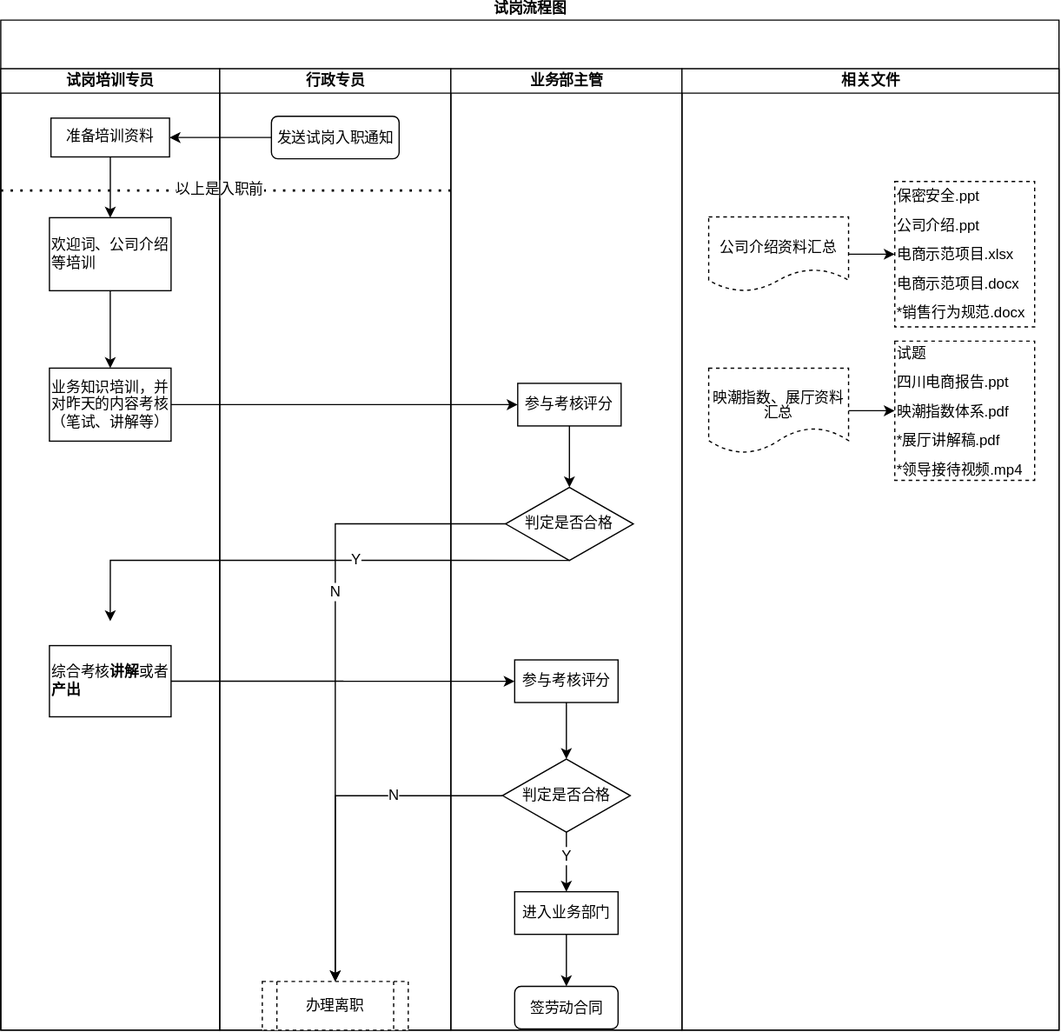
This is 试岗流程图.svg from imgwho/practice, a draw.io export, as it was before one commit. Source tidied: cells renumbered, new cells last; positions are measured from the earlier drawing's top-left corner, leaving out a move shared by most shapes.
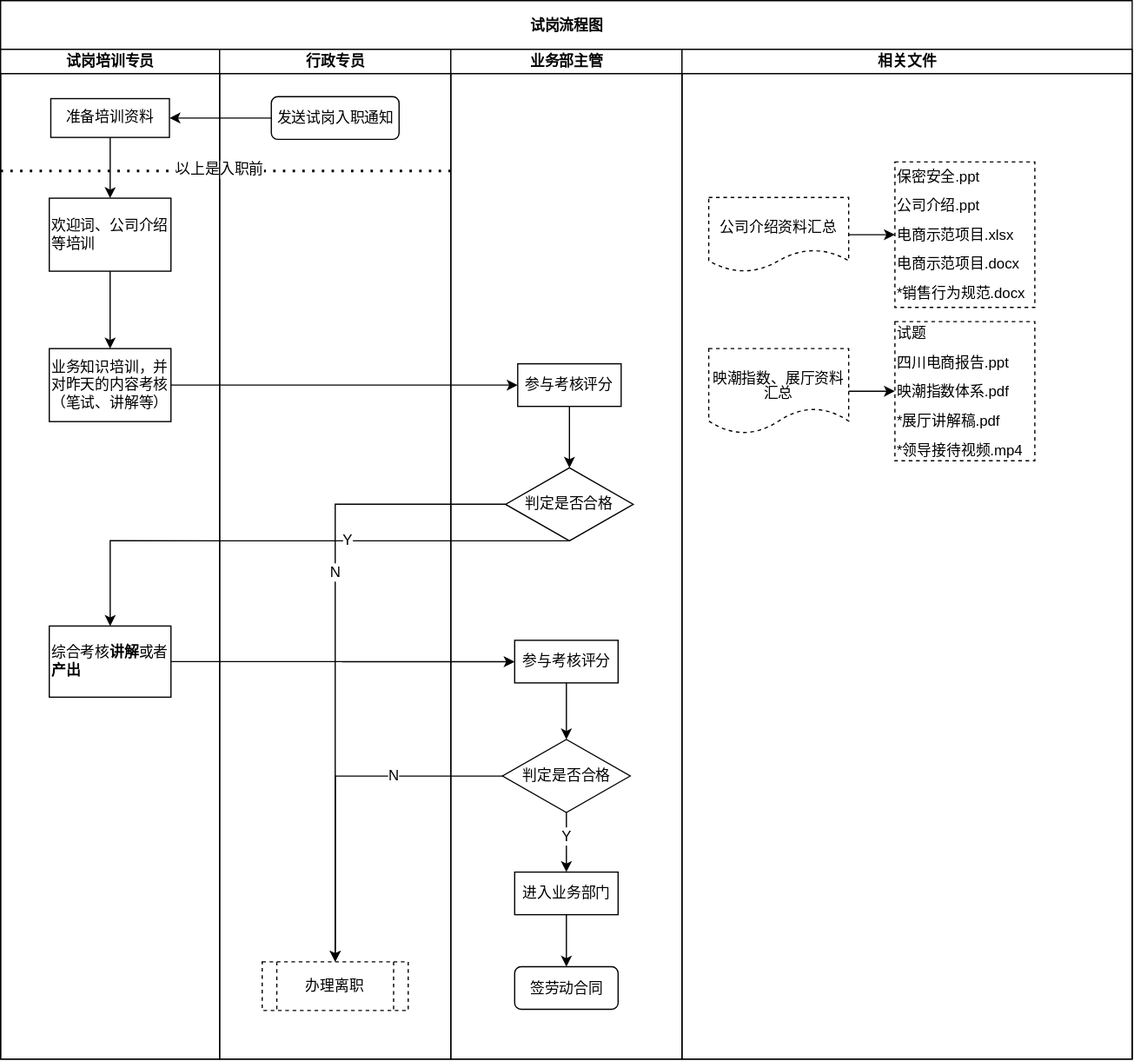
The same file after the commit.

Commit message:
更新试岗流程图.svg

Diff of the diagram source:
```diff
@@ -2,11 +2,11 @@
   <root>
     <mxCell id="0" />
     <mxCell id="1" parent="0" />
-    <mxCell id="2" value="试岗流程图" style="swimlane;html=1;startSize=40;shadow=0;verticalAlign=bottom;labelPosition=center;verticalLabelPosition=top;align=center;" parent="1" vertex="1">
-      <mxGeometry width="870" height="830" as="geometry" />
+    <mxCell id="2" value="&lt;p style=&quot;line-height: 100%&quot;&gt;试岗流程图&lt;/p&gt;" style="swimlane;html=1;startSize=40;shadow=0;verticalAlign=middle;labelPosition=center;verticalLabelPosition=middle;align=center;" parent="1" vertex="1">
+      <mxGeometry width="930" height="870" as="geometry" />
     </mxCell>
     <mxCell id="3" value="试岗培训专员" style="swimlane;html=1;startSize=20;" parent="2" vertex="1">
-      <mxGeometry y="40" width="180" height="790" as="geometry" />
+      <mxGeometry y="40" width="180" height="830" as="geometry" />
     </mxCell>
     <mxCell id="4" style="edgeStyle=orthogonalEdgeStyle;rounded=0;jettySize=auto;html=1;entryX=0.5;entryY=0;entryDx=0;entryDy=0;fontSize=12;" parent="3" edge="1" source="5" target="9">
       <mxGeometry relative="1" as="geometry" />
@@ -38,7 +38,7 @@
       <mxGeometry x="40" y="474" width="100" height="58.5" as="geometry" />
     </mxCell>
     <mxCell id="12" value="行政专员" style="swimlane;html=1;startSize=20;" parent="2" vertex="1">
-      <mxGeometry x="180" y="40" width="190" height="790" as="geometry" />
+      <mxGeometry x="180" y="40" width="190" height="830" as="geometry" />
     </mxCell>
     <mxCell id="13" value="发送试岗入职通知" style="rounded=1;whiteSpace=wrap;html=1;shadow=0;" parent="12" vertex="1">
       <mxGeometry x="42.5" y="39" width="105" height="35" as="geometry" />
@@ -58,7 +58,7 @@
       </mxGeometry>
     </mxCell>
     <mxCell id="18" value="业务部主管" style="swimlane;html=1;startSize=20;swimlaneFillColor=none;" parent="2" vertex="1">
-      <mxGeometry x="370" y="40" width="190" height="790" as="geometry" />
+      <mxGeometry x="370" y="40" width="190" height="830" as="geometry" />
     </mxCell>
     <mxCell id="19" style="edgeStyle=orthogonalEdgeStyle;rounded=0;jettySize=auto;html=1;entryX=0;entryY=0.5;entryDx=0;entryDy=0;fontSize=12;" parent="18" edge="1" source="20" target="28">
       <mxGeometry relative="1" as="geometry" />
@@ -107,11 +107,9 @@
     <mxCell id="33" value="N" style="edgeLabel;html=1;align=center;verticalAlign=middle;fontSize=12;" parent="32" vertex="1">
       <mxGeometry x="-0.24" y="-1" relative="1" as="geometry" />
     </mxCell>
-    <mxCell id="34" style="rounded=0;jettySize=auto;html=1;exitX=1;exitY=0.5;exitDx=0;exitDy=0;fontSize=12;edgeStyle=orthogonalEdgeStyle;" parent="2" edge="1" source="28">
+    <mxCell id="34" style="rounded=0;jettySize=auto;html=1;exitX=1;exitY=0.5;exitDx=0;exitDy=0;fontSize=12;edgeStyle=orthogonalEdgeStyle;" parent="2" edge="1" source="28" target="11">
       <mxGeometry relative="1" as="geometry">
-        <mxPoint x="90" y="494" as="targetPoint" />
         <Array as="points">
-          <mxPoint x="468" y="444" />
           <mxPoint x="90" y="444" />
         </Array>
       </mxGeometry>
@@ -122,7 +120,7 @@
       </mxGeometry>
     </mxCell>
     <mxCell id="36" value="相关文件" style="swimlane;html=1;startSize=20;swimlaneFillColor=none;" parent="2" vertex="1">
-      <mxGeometry x="560" y="40" width="310" height="790" as="geometry" />
+      <mxGeometry x="560" y="40" width="370" height="830" as="geometry" />
     </mxCell>
     <mxCell id="37" style="edgeStyle=orthogonalEdgeStyle;rounded=0;jettySize=auto;html=1;entryX=0;entryY=0.5;entryDx=0;entryDy=0;" parent="36" edge="1" source="38" target="41">
       <mxGeometry relative="1" as="geometry" />
```
